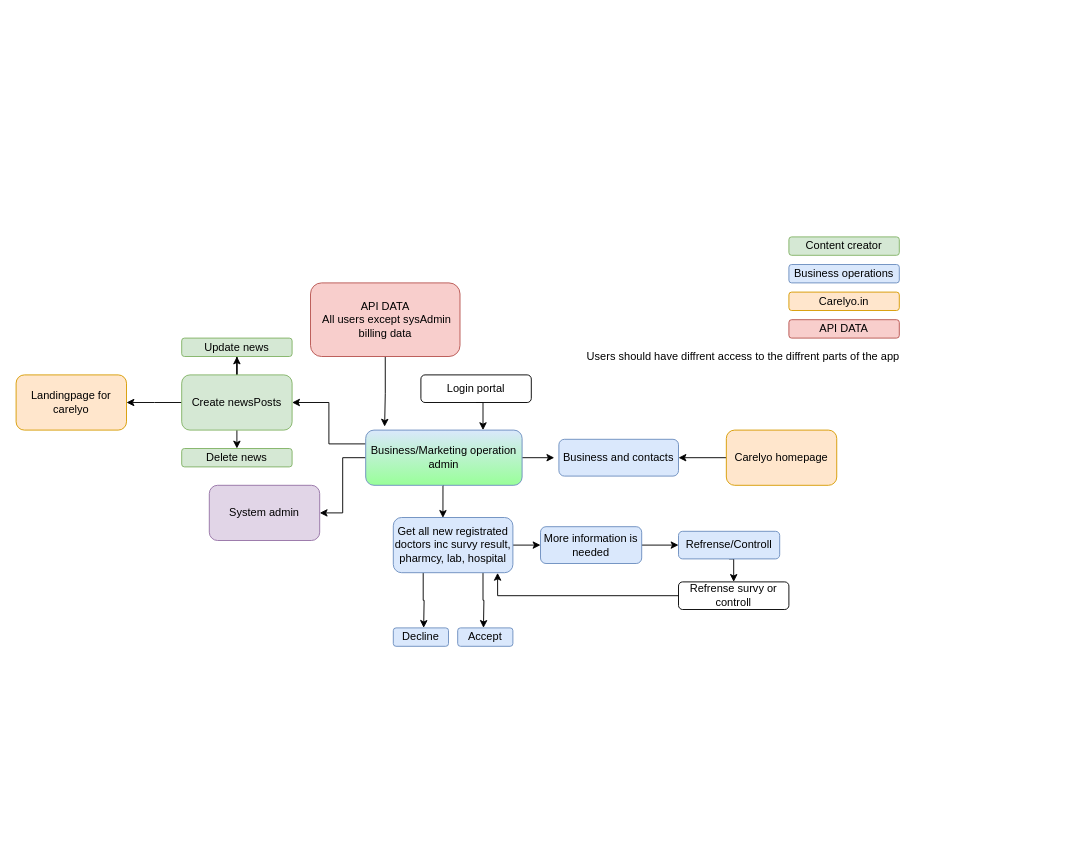
Earlier version of the draw.io diagram page "Business Administration" (3 of 9) of docs/gettingstarted/flowchat/carelyoflowchat.drawio (devopsw18/docs). Source tidied: cells renumbered, new cells numbered last; positions are measured from the earlier drawing's top-left corner, leaving out a move shared by most shapes. Both pictures are drawn from the tidied source at 92%, with x=0, y=0 at pixel (16, 236).
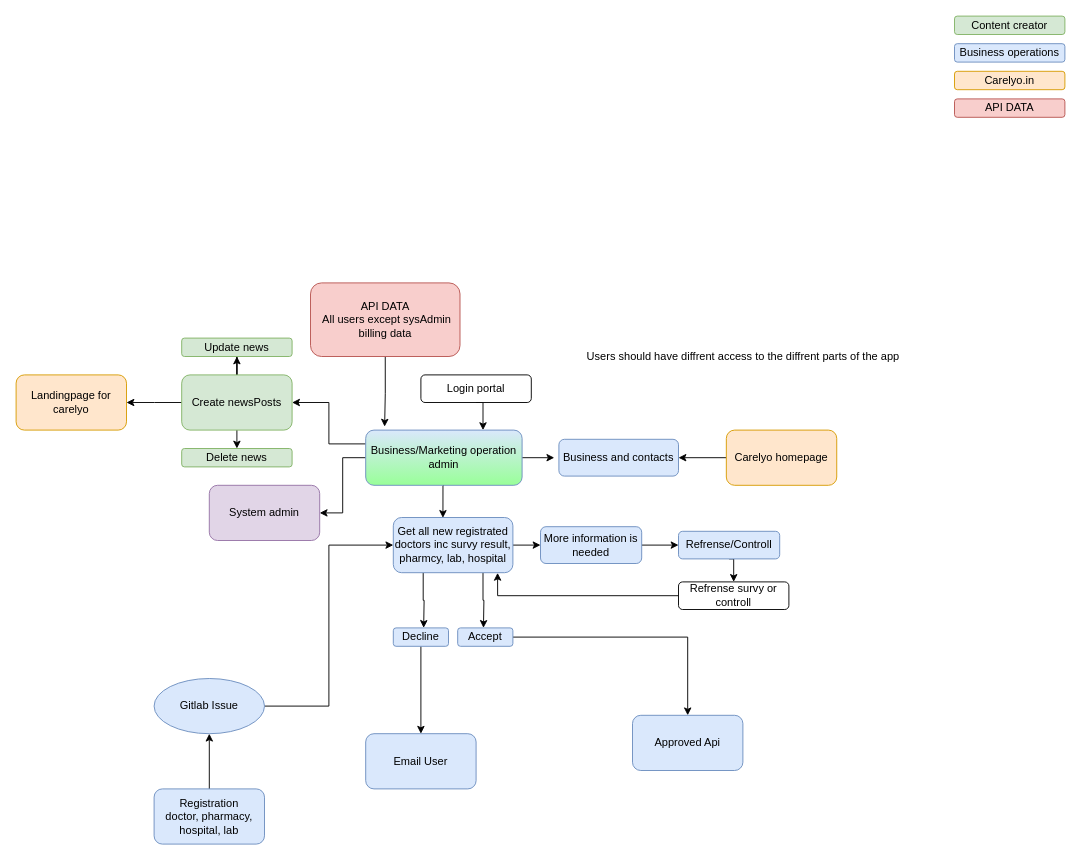
Above is the later version.

Unchanged cells that the change refers to:
```xml
<mxCell id="5" value="Get all new registrated doctors inc survy result, pharmcy, lab, hospital" style="rounded=1;whiteSpace=wrap;html=1;fillColor=#dae8fc;strokeColor=#6c8ebf;" parent="1" vertex="1">
  <mxGeometry x="410" y="305" width="130" height="60" as="geometry" />
</mxCell>
<mxCell id="6" value="Accept" style="rounded=1;whiteSpace=wrap;html=1;fillColor=#dae8fc;strokeColor=#6c8ebf;" parent="1" vertex="1">
  <mxGeometry x="480" y="425" width="60" height="20" as="geometry" />
</mxCell>
<mxCell id="7" value="Decline" style="rounded=1;whiteSpace=wrap;html=1;fillColor=#dae8fc;strokeColor=#6c8ebf;" parent="1" vertex="1">
  <mxGeometry x="410" y="425" width="60" height="20" as="geometry" />
</mxCell>
```

Change to the diagram source:
```diff
@@
+    <mxCell id="39" style="edgeStyle=orthogonalEdgeStyle;rounded=0;jettySize=auto;html=1;" parent="1" edge="1" source="6" target="45">
+      <mxGeometry relative="1" as="geometry" />
+    </mxCell>
@@
+    <mxCell id="40" style="edgeStyle=orthogonalEdgeStyle;rounded=0;jettySize=auto;html=1;" parent="1" edge="1" source="7" target="46">
+      <mxGeometry relative="1" as="geometry" />
+    </mxCell>
@@
     <mxCell id="10" value="Carelyo.in" style="rounded=1;whiteSpace=wrap;html=1;fillColor=#ffe6cc;strokeColor=#d79b00;" parent="1" vertex="1">
-      <mxGeometry x="840" y="60" width="120" height="20" as="geometry" />
+      <mxGeometry x="1020" y="-180" width="120" height="20" as="geometry" />
     </mxCell>
     <mxCell id="11" value="API DATA" style="rounded=1;whiteSpace=wrap;html=1;fillColor=#f8cecc;strokeColor=#b85450;" parent="1" vertex="1">
-      <mxGeometry x="840" y="90" width="120" height="20" as="geometry" />
+      <mxGeometry x="1020" y="-150" width="120" height="20" as="geometry" />
     </mxCell>
@@
     <mxCell id="26" value="Business operations" style="rounded=1;whiteSpace=wrap;html=1;fillColor=#dae8fc;strokeColor=#6c8ebf;" parent="1" vertex="1">
-      <mxGeometry x="840" y="30" width="120" height="20" as="geometry" />
+      <mxGeometry x="1020" y="-210" width="120" height="20" as="geometry" />
     </mxCell>
@@
     <mxCell id="34" value="Content creator" style="whiteSpace=wrap;html=1;fillColor=#d5e8d4;strokeColor=#82b366;rounded=1;" parent="1" vertex="1">
-      <mxGeometry x="840" width="120" height="20" as="geometry" />
+      <mxGeometry x="1020" y="-240" width="120" height="20" as="geometry" />
     </mxCell>
@@
+    <mxCell id="41" style="edgeStyle=orthogonalEdgeStyle;rounded=0;jettySize=auto;html=1;" parent="1" edge="1" source="42" target="44">
+      <mxGeometry relative="1" as="geometry" />
+    </mxCell>
+    <mxCell id="42" value="Registration&lt;br&gt;doctor, pharmacy, hospital, lab" style="whiteSpace=wrap;html=1;fillColor=#dae8fc;strokeColor=#6c8ebf;rounded=1;" parent="1" vertex="1">
+      <mxGeometry x="150" y="600" width="120" height="60" as="geometry" />
+    </mxCell>
+    <mxCell id="43" style="edgeStyle=orthogonalEdgeStyle;rounded=0;jettySize=auto;html=1;entryX=0;entryY=0.5;entryDx=0;entryDy=0;" parent="1" edge="1" source="44" target="5">
+      <mxGeometry relative="1" as="geometry" />
+    </mxCell>
+    <mxCell id="44" value="Gitlab Issue" style="ellipse;whiteSpace=wrap;html=1;fillColor=#dae8fc;strokeColor=#6c8ebf;rounded=1;" parent="1" vertex="1">
+      <mxGeometry x="150" y="480" width="120" height="60" as="geometry" />
+    </mxCell>
+    <mxCell id="45" value="Approved Api" style="whiteSpace=wrap;html=1;fillColor=#dae8fc;strokeColor=#6c8ebf;rounded=1;" parent="1" vertex="1">
+      <mxGeometry x="670" y="520" width="120" height="60" as="geometry" />
+    </mxCell>
+    <mxCell id="46" value="Email User" style="whiteSpace=wrap;html=1;fillColor=#dae8fc;strokeColor=#6c8ebf;rounded=1;" parent="1" vertex="1">
+      <mxGeometry x="380" y="540" width="120" height="60" as="geometry" />
+    </mxCell>
```
